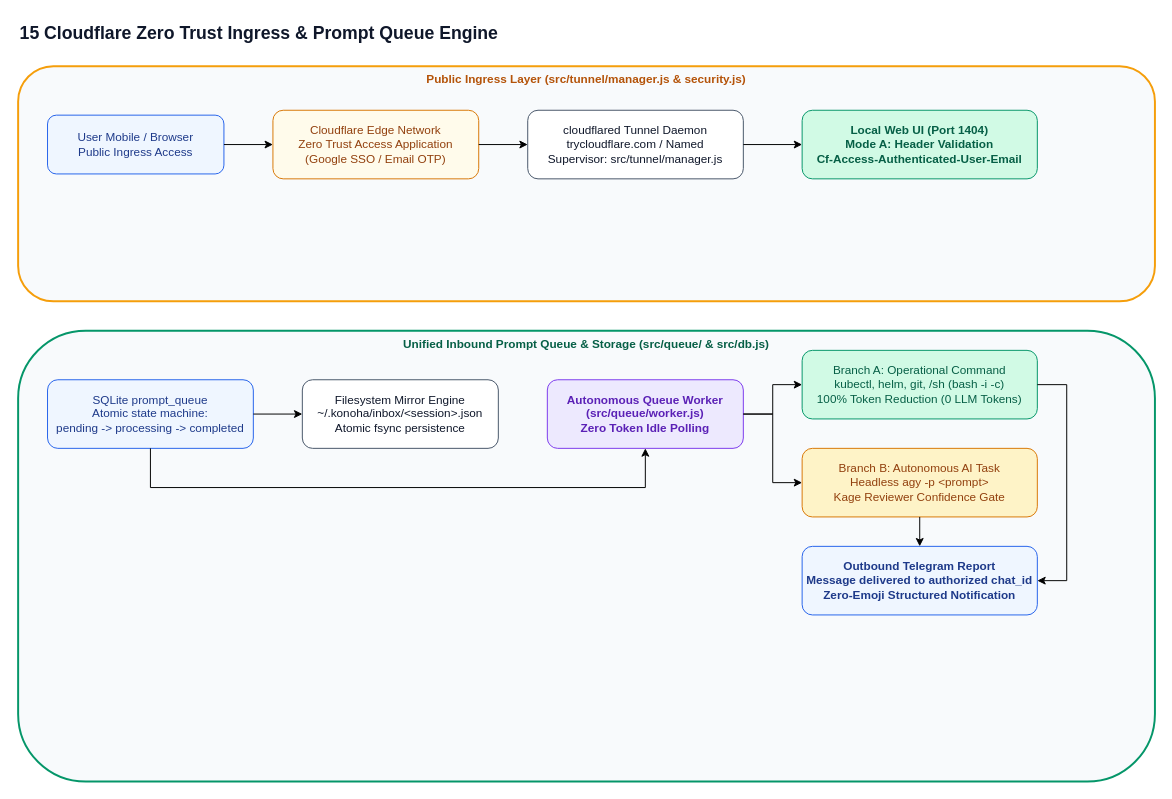
Earlier version of the draw.io diagram page "15 Cloudflare Zero Trust Ingress & Prompt Queue" (15 of 15) of docs/diagrams/konoha-enterprise-architecture.drawio (andycungkrinx91/konoha). Source tidied: cells renumbered, new cells numbered last; positions are measured from the earlier drawing's top-left corner, leaving out a move shared by most shapes. Both pictures are drawn from the tidied source at 98%, with x=0, y=0 at pixel (18, 17).
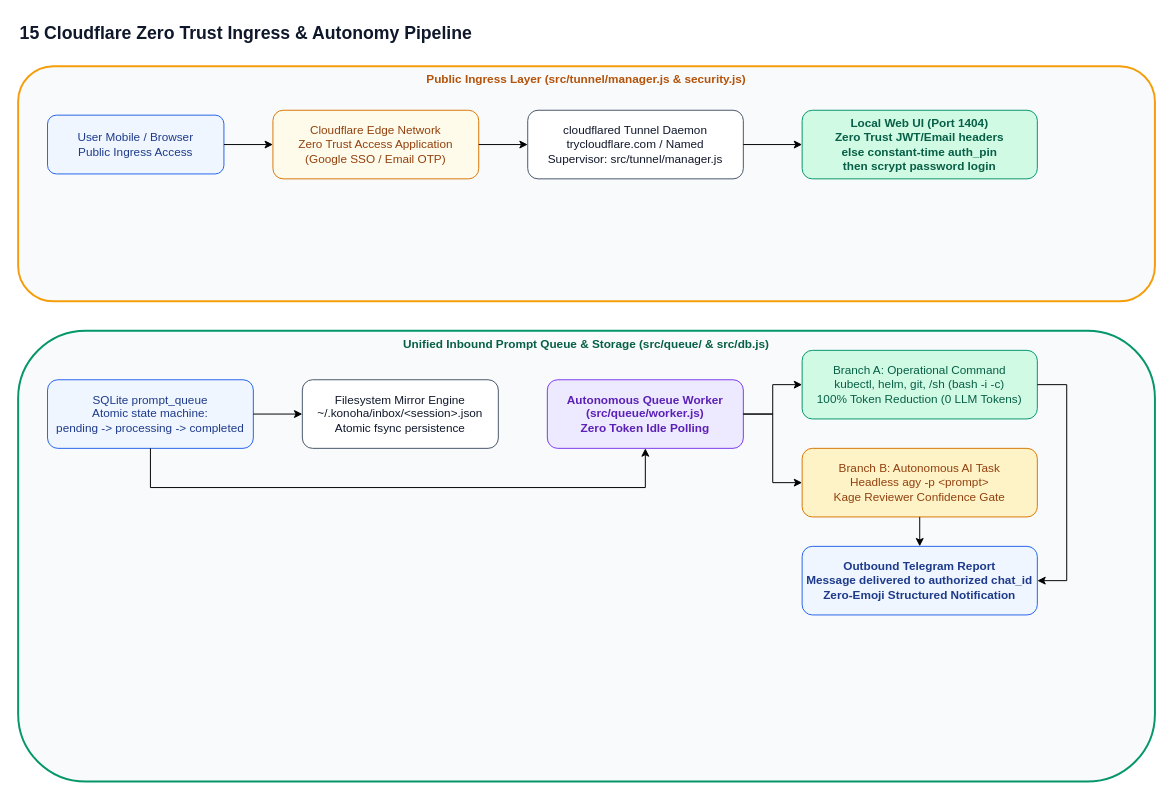
Above is the later version.

Commit message (it also covers changes not shown here):
docs: sync web UI, auth, theme, tunnel, and QA docs with the codebase

Change to the diagram source:
```diff
@@
-    <mxCell id="2" value="15 Cloudflare Zero Trust Ingress &amp;amp; Prompt Queue Engine" style="text;html=1;fontSize=18;fontStyle=1;fontColor=#0f172a;" parent="1" vertex="1">
+    <mxCell id="2" value="15 Cloudflare Zero Trust Ingress &amp;amp; Autonomy Pipeline" style="text;html=1;fontSize=18;fontStyle=1;fontColor=#0f172a;" parent="1" vertex="1">
       <mxGeometry width="800" height="30" as="geometry" />
     </mxCell>
@@
-    <mxCell id="7" value="Local Web UI (Port 1404)&#10;Mode A: Header Validation&#10;Cf-Access-Authenticated-User-Email" style="rounded=1;whiteSpace=wrap;html=1;fillColor=#d1fae5;strokeColor=#059669;fontColor=#065f46;fontStyle=1;" parent="1" vertex="1">
+    <mxCell id="7" value="Local Web UI (Port 1404)&#10;Zero Trust JWT/Email headers&#10;else constant-time auth_pin&#10;then scrypt password login" style="rounded=1;whiteSpace=wrap;html=1;fillColor=#d1fae5;strokeColor=#059669;fontColor=#065f46;fontStyle=1;" parent="1" vertex="1">
       <mxGeometry x="800" y="95" width="240" height="70" as="geometry" />
     </mxCell>
```
